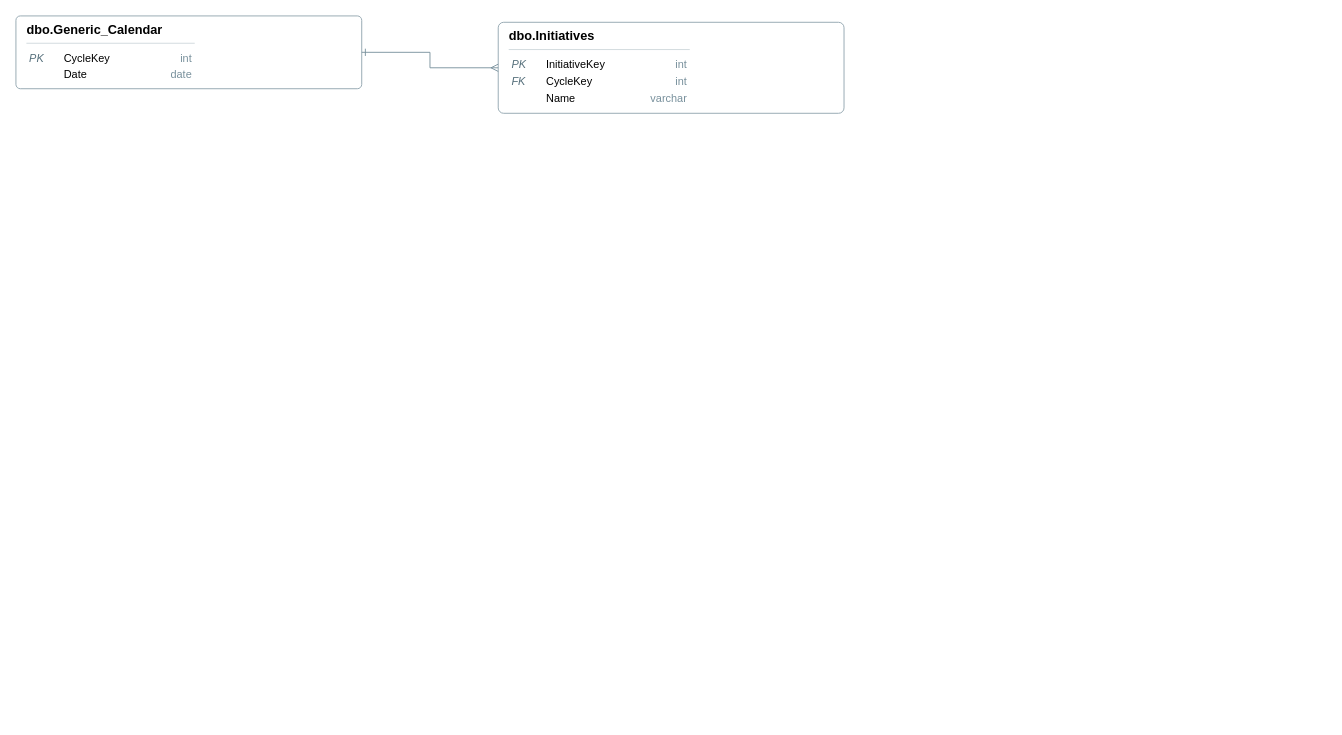
Above: erd/ERD.drawio in drvmuk/sdlc_genai_demo (draw.io), before the change. Source tidied: cells renumbered, new cells numbered last; positions are measured from the earlier drawing's top-left corner, leaving out a move shared by most shapes. Both pictures are drawn from the tidied source at 91%, with x=0, y=0 at pixel (15, 15).
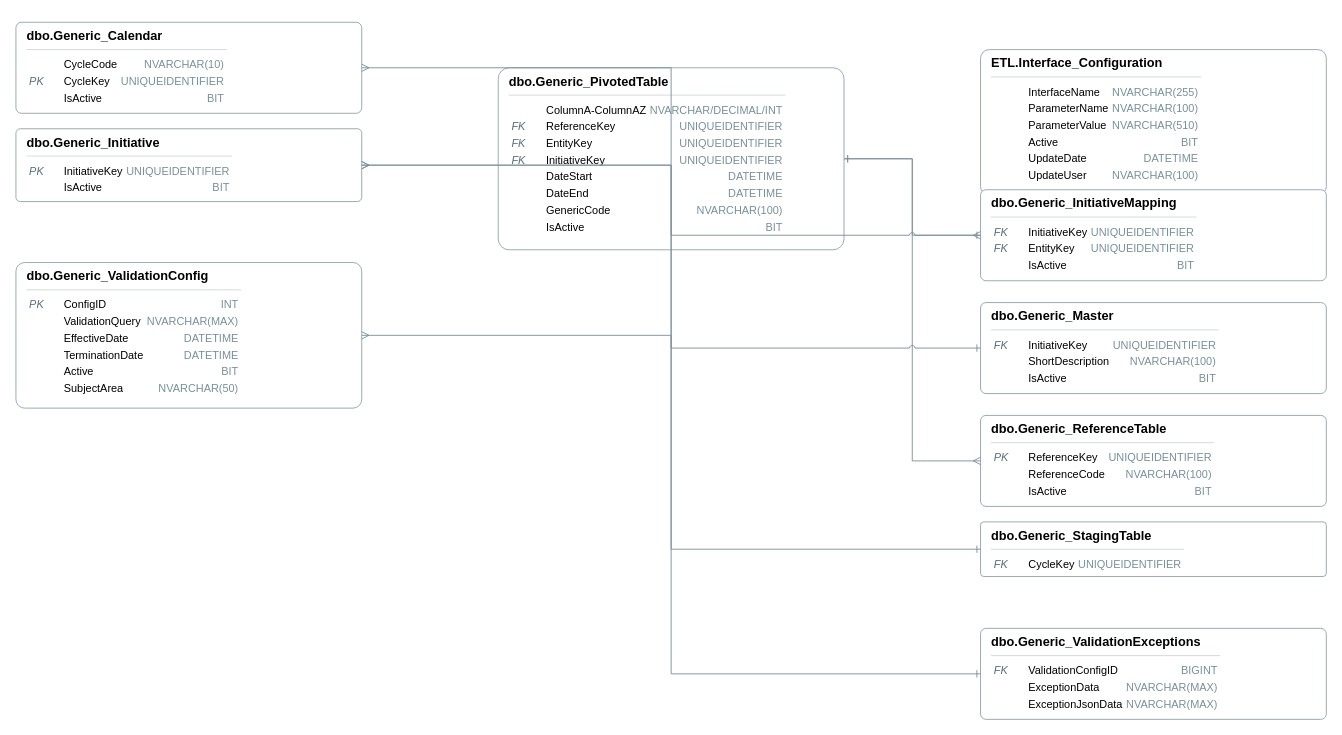
After the change.

Commit message (it also covers changes not shown here):
Upload ERD diagram (memory mode or volume mode)

The edit, as a diff of the source:
```diff
@@
 <mxGraphModel>
   <root>
     <mxCell id="0" />
     <mxCell id="1" parent="0" />
-    <mxCell id="2" value="&lt;div style='text-align:left'&gt;&lt;div style='font-weight:600;font-size:14px'&gt;dbo.Generic_Calendar&lt;/div&gt;&lt;div style='border-top:1px solid #cfd8dc;margin:6px 0'&gt;&lt;/div&gt;&lt;table style='width:100%;font-size:12px'&gt;&lt;tr&gt;&lt;td style='width:34px;font-style:italic;color:#546E7A'&gt;PK&lt;/td&gt;&lt;td&gt;CycleKey&lt;/td&gt;&lt;td style='width:86px;text-align:right;color:#78909C'&gt;int&lt;/td&gt;&lt;/tr&gt;&lt;tr&gt;&lt;td style='width:34px;font-style:italic;color:#546E7A'&gt;&lt;/td&gt;&lt;td&gt;Date&lt;/td&gt;&lt;td style='width:86px;text-align:right;color:#78909C'&gt;date&lt;/td&gt;&lt;/tr&gt;&lt;/table&gt;&lt;/div&gt;" style="whiteSpace=wrap;rounded=1;fillColor=#FFFFFF;strokeColor=#90A4AE;dashed=0;shape=rectangle;arcSize=6;fontSize=13;align=left;verticalAlign=top;spacingLeft=10;portConstraint=eastwest;html=1;" parent="1" vertex="1">
-      <mxGeometry width="380" height="80" as="geometry" />
-    </mxCell>
-    <mxCell id="3" value="&lt;div style='text-align:left'&gt;&lt;div style='font-weight:600;font-size:14px'&gt;dbo.Initiatives&lt;/div&gt;&lt;div style='border-top:1px solid #cfd8dc;margin:6px 0'&gt;&lt;/div&gt;&lt;table style='width:100%;font-size:12px'&gt;&lt;tr&gt;&lt;td style='width:34px;font-style:italic;color:#546E7A'&gt;PK&lt;/td&gt;&lt;td&gt;InitiativeKey&lt;/td&gt;&lt;td style='width:86px;text-align:right;color:#78909C'&gt;int&lt;/td&gt;&lt;/tr&gt;&lt;tr&gt;&lt;td style='width:34px;font-style:italic;color:#546E7A'&gt;FK&lt;/td&gt;&lt;td&gt;CycleKey&lt;/td&gt;&lt;td style='width:86px;text-align:right;color:#78909C'&gt;int&lt;/td&gt;&lt;/tr&gt;&lt;tr&gt;&lt;td style='width:34px;font-style:italic;color:#546E7A'&gt;&lt;/td&gt;&lt;td&gt;Name&lt;/td&gt;&lt;td style='width:86px;text-align:right;color:#78909C'&gt;varchar&lt;/td&gt;&lt;/tr&gt;&lt;/table&gt;&lt;/div&gt;" style="whiteSpace=wrap;rounded=1;fillColor=#FFFFFF;strokeColor=#90A4AE;dashed=0;shape=rectangle;arcSize=6;fontSize=13;align=left;verticalAlign=top;spacingLeft=10;portConstraint=eastwest;html=1;" parent="1" vertex="1">
-      <mxGeometry x="530" y="7" width="380" height="100" as="geometry" />
-    </mxCell>
-    <mxCell id="4" style="edgeStyle=orthogonalEdgeStyle;rounded=0;jettySize=auto;startArrow=ERone;endArrow=ERmany;strokeColor=#78909C;jumpStyle=arc;jumpSize=6;" parent="1" edge="1" source="2" target="3">
-      <mxGeometry relative="1" as="geometry" />
-    </mxCell>
+    <mxCell id="5" value="&lt;div style='text-align:left'&gt;&lt;div style='font-weight:600;font-size:14px'&gt;dbo.Generic_ValidationConfig&lt;/div&gt;&lt;div style='border-top:1px solid #cfd8dc;margin:6px 0'&gt;&lt;/div&gt;&lt;table style='width:100%;font-size:12px'&gt;&lt;tr&gt;&lt;td style='width:34px;font-style:italic;color:#546E7A'&gt;PK&lt;/td&gt;&lt;td&gt;ConfigID&lt;/td&gt;&lt;td style='width:86px;text-align:right;color:#78909C'&gt;INT&lt;/td&gt;&lt;/tr&gt;&lt;tr&gt;&lt;td style='width:34px;font-style:italic;color:#546E7A'&gt;&lt;/td&gt;&lt;td&gt;ValidationQuery&lt;/td&gt;&lt;td style='width:86px;text-align:right;color:#78909C'&gt;NVARCHAR(MAX)&lt;/td&gt;&lt;/tr&gt;&lt;tr&gt;&lt;td style='width:34px;font-style:italic;color:#546E7A'&gt;&lt;/td&gt;&lt;td&gt;EffectiveDate&lt;/td&gt;&lt;td style='width:86px;text-align:right;color:#78909C'&gt;DATETIME&lt;/td&gt;&lt;/tr&gt;&lt;tr&gt;&lt;td style='width:34px;font-style:italic;color:#546E7A'&gt;&lt;/td&gt;&lt;td&gt;TerminationDate&lt;/td&gt;&lt;td style='width:86px;text-align:right;color:#78909C'&gt;DATETIME&lt;/td&gt;&lt;/tr&gt;&lt;tr&gt;&lt;td style='width:34px;font-style:italic;color:#546E7A'&gt;&lt;/td&gt;&lt;td&gt;Active&lt;/td&gt;&lt;td style='width:86px;text-align:right;color:#78909C'&gt;BIT&lt;/td&gt;&lt;/tr&gt;&lt;tr&gt;&lt;td style='width:34px;font-style:italic;color:#546E7A'&gt;&lt;/td&gt;&lt;td&gt;SubjectArea&lt;/td&gt;&lt;td style='width:86px;text-align:right;color:#78909C'&gt;NVARCHAR(50)&lt;/td&gt;&lt;/tr&gt;&lt;/table&gt;&lt;/div&gt;" style="whiteSpace=wrap;rounded=1;fillColor=#FFFFFF;strokeColor=#90A4AE;dashed=0;shape=rectangle;arcSize=6;fontSize=13;align=left;verticalAlign=top;spacingLeft=10;portConstraint=eastwest;html=1;" parent="1" vertex="1">
+      <mxGeometry y="271" width="380" height="160" as="geometry" />
+    </mxCell>
+    <mxCell id="6" value="&lt;div style='text-align:left'&gt;&lt;div style='font-weight:600;font-size:14px'&gt;dbo.Generic_ValidationExceptions&lt;/div&gt;&lt;div style='border-top:1px solid #cfd8dc;margin:6px 0'&gt;&lt;/div&gt;&lt;table style='width:100%;font-size:12px'&gt;&lt;tr&gt;&lt;td style='width:34px;font-style:italic;color:#546E7A'&gt;FK&lt;/td&gt;&lt;td&gt;ValidationConfigID&lt;/td&gt;&lt;td style='width:86px;text-align:right;color:#78909C'&gt;BIGINT&lt;/td&gt;&lt;/tr&gt;&lt;tr&gt;&lt;td style='width:34px;font-style:italic;color:#546E7A'&gt;&lt;/td&gt;&lt;td&gt;ExceptionData&lt;/td&gt;&lt;td style='width:86px;text-align:right;color:#78909C'&gt;NVARCHAR(MAX)&lt;/td&gt;&lt;/tr&gt;&lt;tr&gt;&lt;td style='width:34px;font-style:italic;color:#546E7A'&gt;&lt;/td&gt;&lt;td&gt;ExceptionJsonData&lt;/td&gt;&lt;td style='width:86px;text-align:right;color:#78909C'&gt;NVARCHAR(MAX)&lt;/td&gt;&lt;/tr&gt;&lt;/table&gt;&lt;/div&gt;" style="whiteSpace=wrap;rounded=1;fillColor=#FFFFFF;strokeColor=#90A4AE;dashed=0;shape=rectangle;arcSize=6;fontSize=13;align=left;verticalAlign=top;spacingLeft=10;portConstraint=eastwest;html=1;" parent="1" vertex="1">
+      <mxGeometry x="1060" y="673" width="380" height="100" as="geometry" />
+    </mxCell>
+    <mxCell id="7" value="&lt;div style='text-align:left'&gt;&lt;div style='font-weight:600;font-size:14px'&gt;ETL.Interface_Configuration&lt;/div&gt;&lt;div style='border-top:1px solid #cfd8dc;margin:6px 0'&gt;&lt;/div&gt;&lt;table style='width:100%;font-size:12px'&gt;&lt;tr&gt;&lt;td style='width:34px;font-style:italic;color:#546E7A'&gt;&lt;/td&gt;&lt;td&gt;InterfaceName&lt;/td&gt;&lt;td style='width:86px;text-align:right;color:#78909C'&gt;NVARCHAR(255)&lt;/td&gt;&lt;/tr&gt;&lt;tr&gt;&lt;td style='width:34px;font-style:italic;color:#546E7A'&gt;&lt;/td&gt;&lt;td&gt;ParameterName&lt;/td&gt;&lt;td style='width:86px;text-align:right;color:#78909C'&gt;NVARCHAR(100)&lt;/td&gt;&lt;/tr&gt;&lt;tr&gt;&lt;td style='width:34px;font-style:italic;color:#546E7A'&gt;&lt;/td&gt;&lt;td&gt;ParameterValue&lt;/td&gt;&lt;td style='width:86px;text-align:right;color:#78909C'&gt;NVARCHAR(510)&lt;/td&gt;&lt;/tr&gt;&lt;tr&gt;&lt;td style='width:34px;font-style:italic;color:#546E7A'&gt;&lt;/td&gt;&lt;td&gt;Active&lt;/td&gt;&lt;td style='width:86px;text-align:right;color:#78909C'&gt;BIT&lt;/td&gt;&lt;/tr&gt;&lt;tr&gt;&lt;td style='width:34px;font-style:italic;color:#546E7A'&gt;&lt;/td&gt;&lt;td&gt;UpdateDate&lt;/td&gt;&lt;td style='width:86px;text-align:right;color:#78909C'&gt;DATETIME&lt;/td&gt;&lt;/tr&gt;&lt;tr&gt;&lt;td style='width:34px;font-style:italic;color:#546E7A'&gt;&lt;/td&gt;&lt;td&gt;UpdateUser&lt;/td&gt;&lt;td style='width:86px;text-align:right;color:#78909C'&gt;NVARCHAR(100)&lt;/td&gt;&lt;/tr&gt;&lt;/table&gt;&lt;/div&gt;" style="whiteSpace=wrap;rounded=1;fillColor=#FFFFFF;strokeColor=#90A4AE;dashed=0;shape=rectangle;arcSize=6;fontSize=13;align=left;verticalAlign=top;spacingLeft=10;html=1;" parent="1" vertex="1">
+      <mxGeometry x="1060" y="37" width="380" height="160" as="geometry" />
+    </mxCell>
+    <mxCell id="8" value="&lt;div style='text-align:left'&gt;&lt;div style='font-weight:600;font-size:14px'&gt;dbo.Generic_StagingTable&lt;/div&gt;&lt;div style='border-top:1px solid #cfd8dc;margin:6px 0'&gt;&lt;/div&gt;&lt;table style='width:100%;font-size:12px'&gt;&lt;tr&gt;&lt;td style='width:34px;font-style:italic;color:#546E7A'&gt;FK&lt;/td&gt;&lt;td&gt;CycleKey&lt;/td&gt;&lt;td style='width:86px;text-align:right;color:#78909C'&gt;UNIQUEIDENTIFIER&lt;/td&gt;&lt;/tr&gt;&lt;/table&gt;&lt;/div&gt;" style="whiteSpace=wrap;rounded=1;fillColor=#FFFFFF;strokeColor=#90A4AE;dashed=0;shape=rectangle;arcSize=6;fontSize=13;align=left;verticalAlign=top;spacingLeft=10;portConstraint=eastwest;html=1;" parent="1" vertex="1">
+      <mxGeometry x="1060" y="556" width="380" height="60" as="geometry" />
+    </mxCell>
+    <mxCell id="9" value="&lt;div style='text-align:left'&gt;&lt;div style='font-weight:600;font-size:14px'&gt;dbo.Generic_Calendar&lt;/div&gt;&lt;div style='border-top:1px solid #cfd8dc;margin:6px 0'&gt;&lt;/div&gt;&lt;table style='width:100%;font-size:12px'&gt;&lt;tr&gt;&lt;td style='width:34px;font-style:italic;color:#546E7A'&gt;&lt;/td&gt;&lt;td&gt;CycleCode&lt;/td&gt;&lt;td style='width:86px;text-align:right;color:#78909C'&gt;NVARCHAR(10)&lt;/td&gt;&lt;/tr&gt;&lt;tr&gt;&lt;td style='width:34px;font-style:italic;color:#546E7A'&gt;PK&lt;/td&gt;&lt;td&gt;CycleKey&lt;/td&gt;&lt;td style='width:86px;text-align:right;color:#78909C'&gt;UNIQUEIDENTIFIER&lt;/td&gt;&lt;/tr&gt;&lt;tr&gt;&lt;td style='width:34px;font-style:italic;color:#546E7A'&gt;&lt;/td&gt;&lt;td&gt;IsActive&lt;/td&gt;&lt;td style='width:86px;text-align:right;color:#78909C'&gt;BIT&lt;/td&gt;&lt;/tr&gt;&lt;/table&gt;&lt;/div&gt;" style="whiteSpace=wrap;rounded=1;fillColor=#FFFFFF;strokeColor=#90A4AE;dashed=0;shape=rectangle;arcSize=6;fontSize=13;align=left;verticalAlign=top;spacingLeft=10;portConstraint=eastwest;html=1;" parent="1" vertex="1">
+      <mxGeometry y="7" width="380" height="100" as="geometry" />
+    </mxCell>
+    <mxCell id="10" value="&lt;div style='text-align:left'&gt;&lt;div style='font-weight:600;font-size:14px'&gt;dbo.Generic_PivotedTable&lt;/div&gt;&lt;div style='border-top:1px solid #cfd8dc;margin:6px 0'&gt;&lt;/div&gt;&lt;table style='width:100%;font-size:12px'&gt;&lt;tr&gt;&lt;td style='width:34px;font-style:italic;color:#546E7A'&gt;&lt;/td&gt;&lt;td&gt;ColumnA-ColumnAZ&lt;/td&gt;&lt;td style='width:86px;text-align:right;color:#78909C'&gt;NVARCHAR/DECIMAL/INT&lt;/td&gt;&lt;/tr&gt;&lt;tr&gt;&lt;td style='width:34px;font-style:italic;color:#546E7A'&gt;FK&lt;/td&gt;&lt;td&gt;ReferenceKey&lt;/td&gt;&lt;td style='width:86px;text-align:right;color:#78909C'&gt;UNIQUEIDENTIFIER&lt;/td&gt;&lt;/tr&gt;&lt;tr&gt;&lt;td style='width:34px;font-style:italic;color:#546E7A'&gt;FK&lt;/td&gt;&lt;td&gt;EntityKey&lt;/td&gt;&lt;td style='width:86px;text-align:right;color:#78909C'&gt;UNIQUEIDENTIFIER&lt;/td&gt;&lt;/tr&gt;&lt;tr&gt;&lt;td style='width:34px;font-style:italic;color:#546E7A'&gt;FK&lt;/td&gt;&lt;td&gt;InitiativeKey&lt;/td&gt;&lt;td style='width:86px;text-align:right;color:#78909C'&gt;UNIQUEIDENTIFIER&lt;/td&gt;&lt;/tr&gt;&lt;tr&gt;&lt;td style='width:34px;font-style:italic;color:#546E7A'&gt;&lt;/td&gt;&lt;td&gt;DateStart&lt;/td&gt;&lt;td style='width:86px;text-align:right;color:#78909C'&gt;DATETIME&lt;/td&gt;&lt;/tr&gt;&lt;tr&gt;&lt;td style='width:34px;font-style:italic;color:#546E7A'&gt;&lt;/td&gt;&lt;td&gt;DateEnd&lt;/td&gt;&lt;td style='width:86px;text-align:right;color:#78909C'&gt;DATETIME&lt;/td&gt;&lt;/tr&gt;&lt;tr&gt;&lt;td style='width:34px;font-style:italic;color:#546E7A'&gt;&lt;/td&gt;&lt;td&gt;GenericCode&lt;/td&gt;&lt;td style='width:86px;text-align:right;color:#78909C'&gt;NVARCHAR(100)&lt;/td&gt;&lt;/tr&gt;&lt;tr&gt;&lt;td style='width:34px;font-style:italic;color:#546E7A'&gt;&lt;/td&gt;&lt;td&gt;IsActive&lt;/td&gt;&lt;td style='width:86px;text-align:right;color:#78909C'&gt;BIT&lt;/td&gt;&lt;/tr&gt;&lt;/table&gt;&lt;/div&gt;" style="whiteSpace=wrap;rounded=1;fillColor=#FFFFFF;strokeColor=#90A4AE;dashed=0;shape=rectangle;arcSize=6;fontSize=13;align=left;verticalAlign=top;spacingLeft=10;portConstraint=eastwest;html=1;" parent="1" vertex="1">
+      <mxGeometry x="530" y="57" width="380" height="200" as="geometry" />
+    </mxCell>
+    <mxCell id="11" value="&lt;div style='text-align:left'&gt;&lt;div style='font-weight:600;font-size:14px'&gt;dbo.Generic_ReferenceTable&lt;/div&gt;&lt;div style='border-top:1px solid #cfd8dc;margin:6px 0'&gt;&lt;/div&gt;&lt;table style='width:100%;font-size:12px'&gt;&lt;tr&gt;&lt;td style='width:34px;font-style:italic;color:#546E7A'&gt;PK&lt;/td&gt;&lt;td&gt;ReferenceKey&lt;/td&gt;&lt;td style='width:86px;text-align:right;color:#78909C'&gt;UNIQUEIDENTIFIER&lt;/td&gt;&lt;/tr&gt;&lt;tr&gt;&lt;td style='width:34px;font-style:italic;color:#546E7A'&gt;&lt;/td&gt;&lt;td&gt;ReferenceCode&lt;/td&gt;&lt;td style='width:86px;text-align:right;color:#78909C'&gt;NVARCHAR(100)&lt;/td&gt;&lt;/tr&gt;&lt;tr&gt;&lt;td style='width:34px;font-style:italic;color:#546E7A'&gt;&lt;/td&gt;&lt;td&gt;IsActive&lt;/td&gt;&lt;td style='width:86px;text-align:right;color:#78909C'&gt;BIT&lt;/td&gt;&lt;/tr&gt;&lt;/table&gt;&lt;/div&gt;" style="whiteSpace=wrap;rounded=1;fillColor=#FFFFFF;strokeColor=#90A4AE;dashed=0;shape=rectangle;arcSize=6;fontSize=13;align=left;verticalAlign=top;spacingLeft=10;portConstraint=eastwest;html=1;" parent="1" vertex="1">
+      <mxGeometry x="1060" y="439" width="380" height="100" as="geometry" />
+    </mxCell>
+    <mxCell id="12" value="&lt;div style='text-align:left'&gt;&lt;div style='font-weight:600;font-size:14px'&gt;dbo.Generic_Initiative&lt;/div&gt;&lt;div style='border-top:1px solid #cfd8dc;margin:6px 0'&gt;&lt;/div&gt;&lt;table style='width:100%;font-size:12px'&gt;&lt;tr&gt;&lt;td style='width:34px;font-style:italic;color:#546E7A'&gt;PK&lt;/td&gt;&lt;td&gt;InitiativeKey&lt;/td&gt;&lt;td style='width:86px;text-align:right;color:#78909C'&gt;UNIQUEIDENTIFIER&lt;/td&gt;&lt;/tr&gt;&lt;tr&gt;&lt;td style='width:34px;font-style:italic;color:#546E7A'&gt;&lt;/td&gt;&lt;td&gt;IsActive&lt;/td&gt;&lt;td style='width:86px;text-align:right;color:#78909C'&gt;BIT&lt;/td&gt;&lt;/tr&gt;&lt;/table&gt;&lt;/div&gt;" style="whiteSpace=wrap;rounded=1;fillColor=#FFFFFF;strokeColor=#90A4AE;dashed=0;shape=rectangle;arcSize=6;fontSize=13;align=left;verticalAlign=top;spacingLeft=10;portConstraint=eastwest;html=1;" parent="1" vertex="1">
+      <mxGeometry y="124" width="380" height="80" as="geometry" />
+    </mxCell>
+    <mxCell id="13" value="&lt;div style='text-align:left'&gt;&lt;div style='font-weight:600;font-size:14px'&gt;dbo.Generic_InitiativeMapping&lt;/div&gt;&lt;div style='border-top:1px solid #cfd8dc;margin:6px 0'&gt;&lt;/div&gt;&lt;table style='width:100%;font-size:12px'&gt;&lt;tr&gt;&lt;td style='width:34px;font-style:italic;color:#546E7A'&gt;FK&lt;/td&gt;&lt;td&gt;InitiativeKey&lt;/td&gt;&lt;td style='width:86px;text-align:right;color:#78909C'&gt;UNIQUEIDENTIFIER&lt;/td&gt;&lt;/tr&gt;&lt;tr&gt;&lt;td style='width:34px;font-style:italic;color:#546E7A'&gt;FK&lt;/td&gt;&lt;td&gt;EntityKey&lt;/td&gt;&lt;td style='width:86px;text-align:right;color:#78909C'&gt;UNIQUEIDENTIFIER&lt;/td&gt;&lt;/tr&gt;&lt;tr&gt;&lt;td style='width:34px;font-style:italic;color:#546E7A'&gt;&lt;/td&gt;&lt;td&gt;IsActive&lt;/td&gt;&lt;td style='width:86px;text-align:right;color:#78909C'&gt;BIT&lt;/td&gt;&lt;/tr&gt;&lt;/table&gt;&lt;/div&gt;" style="whiteSpace=wrap;rounded=1;fillColor=#FFFFFF;strokeColor=#90A4AE;dashed=0;shape=rectangle;arcSize=6;fontSize=13;align=left;verticalAlign=top;spacingLeft=10;portConstraint=eastwest;html=1;" parent="1" vertex="1">
+      <mxGeometry x="1060" y="191" width="380" height="100" as="geometry" />
+    </mxCell>
+    <mxCell id="14" value="&lt;div style='text-align:left'&gt;&lt;div style='font-weight:600;font-size:14px'&gt;dbo.Generic_Master&lt;/div&gt;&lt;div style='border-top:1px solid #cfd8dc;margin:6px 0'&gt;&lt;/div&gt;&lt;table style='width:100%;font-size:12px'&gt;&lt;tr&gt;&lt;td style='width:34px;font-style:italic;color:#546E7A'&gt;FK&lt;/td&gt;&lt;td&gt;InitiativeKey&lt;/td&gt;&lt;td style='width:86px;text-align:right;color:#78909C'&gt;UNIQUEIDENTIFIER&lt;/td&gt;&lt;/tr&gt;&lt;tr&gt;&lt;td style='width:34px;font-style:italic;color:#546E7A'&gt;&lt;/td&gt;&lt;td&gt;ShortDescription&lt;/td&gt;&lt;td style='width:86px;text-align:right;color:#78909C'&gt;NVARCHAR(100)&lt;/td&gt;&lt;/tr&gt;&lt;tr&gt;&lt;td style='width:34px;font-style:italic;color:#546E7A'&gt;&lt;/td&gt;&lt;td&gt;IsActive&lt;/td&gt;&lt;td style='width:86px;text-align:right;color:#78909C'&gt;BIT&lt;/td&gt;&lt;/tr&gt;&lt;/table&gt;&lt;/div&gt;" style="whiteSpace=wrap;rounded=1;fillColor=#FFFFFF;strokeColor=#90A4AE;dashed=0;shape=rectangle;arcSize=6;fontSize=13;align=left;verticalAlign=top;spacingLeft=10;portConstraint=eastwest;html=1;" parent="1" vertex="1">
+      <mxGeometry x="1060" y="315" width="380" height="100" as="geometry" />
+    </mxCell>
+    <mxCell id="15" style="edgeStyle=orthogonalEdgeStyle;rounded=0;jettySize=auto;startArrow=ERone;endArrow=ERmany;strokeColor=#78909C;jumpStyle=arc;jumpSize=6;" parent="1" edge="1" source="8" target="9">
+      <mxGeometry relative="1" as="geometry" />
+    </mxCell>
+    <mxCell id="16" style="edgeStyle=orthogonalEdgeStyle;rounded=0;jettySize=auto;startArrow=ERone;endArrow=ERmany;strokeColor=#78909C;jumpStyle=arc;jumpSize=6;" parent="1" edge="1" source="10" target="11">
+      <mxGeometry relative="1" as="geometry" />
+    </mxCell>
+    <mxCell id="17" style="edgeStyle=orthogonalEdgeStyle;rounded=0;jettySize=auto;startArrow=ERone;endArrow=ERmany;strokeColor=#78909C;jumpStyle=arc;jumpSize=6;" parent="1" edge="1" source="10" target="13">
+      <mxGeometry relative="1" as="geometry" />
+    </mxCell>
+    <mxCell id="18" style="edgeStyle=orthogonalEdgeStyle;rounded=0;jettySize=auto;startArrow=ERone;endArrow=ERmany;strokeColor=#78909C;jumpStyle=arc;jumpSize=6;" parent="1" edge="1" source="13" target="12">
+      <mxGeometry relative="1" as="geometry" />
+    </mxCell>
+    <mxCell id="19" style="edgeStyle=orthogonalEdgeStyle;rounded=0;jettySize=auto;startArrow=ERone;endArrow=ERmany;strokeColor=#78909C;jumpStyle=arc;jumpSize=6;" parent="1" edge="1" source="14" target="12">
+      <mxGeometry relative="1" as="geometry" />
+    </mxCell>
+    <mxCell id="20" style="edgeStyle=orthogonalEdgeStyle;rounded=0;jettySize=auto;startArrow=ERone;endArrow=ERmany;strokeColor=#78909C;jumpStyle=arc;jumpSize=6;" parent="1" edge="1" source="6" target="5">
+      <mxGeometry relative="1" as="geometry" />
+    </mxCell>
   </root>
 </mxGraphModel>
```
